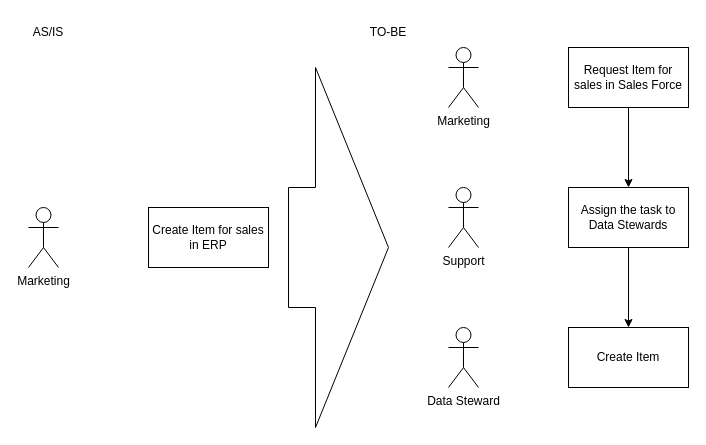
Earlier version of the draw.io diagram ERIKS.drawio (biswarup81/drawings). Source tidied: cells renumbered, new cells numbered last; positions are measured from the earlier drawing's top-left corner, leaving out a move shared by most shapes. Both pictures are drawn from the tidied source at 100%, with x=0, y=0 at pixel (18, 17).
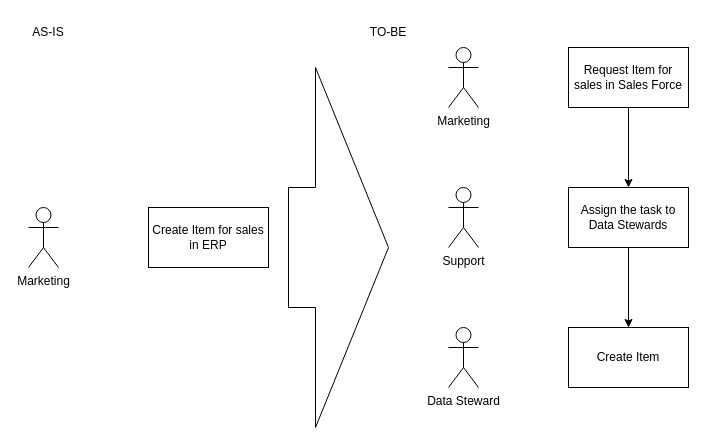
The same page after the edit.

The edit, as a diff of the source:
```diff
@@
 <mxGraphModel>
   <root>
     <mxCell id="0" />
     <mxCell id="1" parent="0" />
     <mxCell id="2" value="Create Item for sales in ERP" style="rounded=0;whiteSpace=wrap;html=1;" parent="1" vertex="1">
       <mxGeometry x="130" y="190" width="120" height="60" as="geometry" />
     </mxCell>
     <mxCell id="3" value="Marketing" style="shape=umlActor;verticalLabelPosition=bottom;verticalAlign=top;html=1;" parent="1" vertex="1">
       <mxGeometry x="10" y="190" width="30" height="60" as="geometry" />
     </mxCell>
     <mxCell id="4" style="edgeStyle=orthogonalEdgeStyle;rounded=0;jettySize=auto;html=1;" parent="1" edge="1" source="5" target="8">
       <mxGeometry relative="1" as="geometry" />
     </mxCell>
     <mxCell id="5" value="Request Item for sales in Sales Force" style="rounded=0;whiteSpace=wrap;html=1;" parent="1" vertex="1">
       <mxGeometry x="550" y="30" width="120" height="60" as="geometry" />
     </mxCell>
     <mxCell id="6" value="Marketing" style="shape=umlActor;verticalLabelPosition=bottom;verticalAlign=top;html=1;" parent="1" vertex="1">
       <mxGeometry x="430" y="30" width="30" height="60" as="geometry" />
     </mxCell>
     <mxCell id="7" style="edgeStyle=orthogonalEdgeStyle;rounded=0;jettySize=auto;html=1;" parent="1" edge="1" source="8" target="10">
       <mxGeometry relative="1" as="geometry" />
     </mxCell>
     <mxCell id="8" value="Assign the task to Data Stewards" style="rounded=0;whiteSpace=wrap;html=1;" parent="1" vertex="1">
       <mxGeometry x="550" y="170" width="120" height="60" as="geometry" />
     </mxCell>
     <mxCell id="9" value="Support" style="shape=umlActor;verticalLabelPosition=bottom;verticalAlign=top;html=1;" parent="1" vertex="1">
       <mxGeometry x="430" y="170" width="30" height="60" as="geometry" />
     </mxCell>
     <mxCell id="10" value="Create Item" style="rounded=0;whiteSpace=wrap;html=1;" parent="1" vertex="1">
       <mxGeometry x="550" y="310" width="120" height="60" as="geometry" />
     </mxCell>
     <mxCell id="11" value="Data Steward" style="shape=umlActor;verticalLabelPosition=bottom;verticalAlign=top;html=1;" parent="1" vertex="1">
       <mxGeometry x="430" y="310" width="30" height="60" as="geometry" />
     </mxCell>
     <mxCell id="12" style="shape=singleArrow;whiteSpace=wrap;html=1;arrowWidth=0.3333333333333333;arrowSize=0.73;" parent="1" vertex="1">
       <mxGeometry x="270" y="50" width="100" height="360" as="geometry" />
     </mxCell>
     <mxCell id="13" value="TO-BE" style="text;html=1;strokeColor=none;fillColor=none;align=center;verticalAlign=middle;whiteSpace=wrap;rounded=0;" parent="1" vertex="1">
       <mxGeometry x="340" width="60" height="30" as="geometry" />
     </mxCell>
-    <mxCell id="14" value="AS/IS" style="text;html=1;strokeColor=none;fillColor=none;align=center;verticalAlign=middle;whiteSpace=wrap;rounded=0;" parent="1" vertex="1">
+    <mxCell id="14" value="AS-IS" style="text;html=1;strokeColor=none;fillColor=none;align=center;verticalAlign=middle;whiteSpace=wrap;rounded=0;" parent="1" vertex="1">
       <mxGeometry width="60" height="30" as="geometry" />
     </mxCell>
   </root>
 </mxGraphModel>
```
